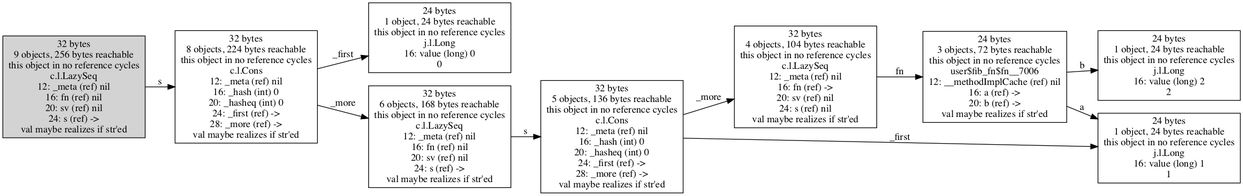
jafingerhut/cljol keeps this Graphviz diagram as doc/images/lazy-fib-seq-realized2.png. Above is the earlier version. Its source is kept beside it as doc/images/lazy-fib-seq-realized2.dot.
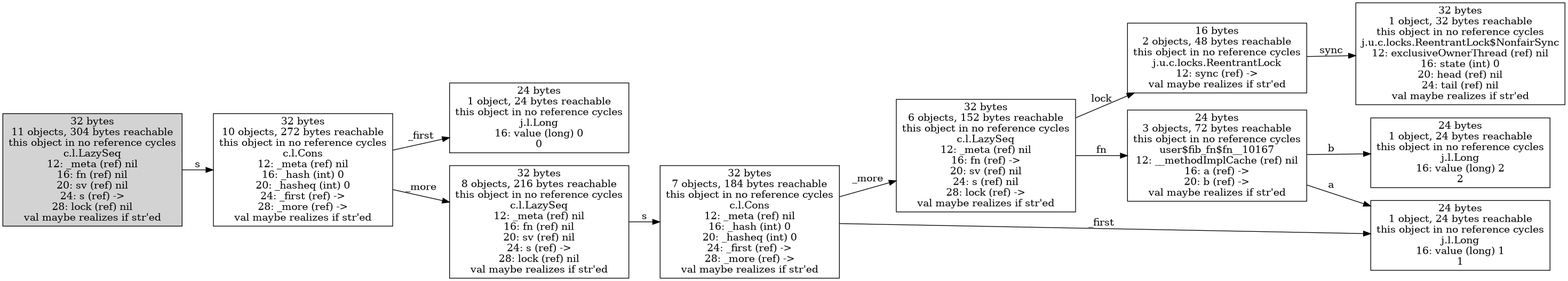
The same file after the commit.

The edit, as a diff of the source:
```diff
@@ -1,43 +1,46 @@
 digraph {
-graph [layout=dot,rankdir=LR];
-"28991464632" ["scc-num-nodes"=1,label="24 bytes
-1 object, 24 bytes reachable
+graph [layout="dot",rankdir="LR"];
+"18777430336" ["reachable-only-from"=17920231296,"scc-num-nodes"=1,label="32 bytes
+1 object, 32 bytes reachable
 this object in no reference cycles
-j.l.Long
-16: value (long) 2
-2",shape=box];
-"28991406664" ["scc-num-nodes"=1,label="24 bytes
+j.u.c.locks.ReentrantLock$NonfairSync
+12: exclusiveOwnerThread (ref) nil
+16: state (int) 0
+20: head (ref) nil
+24: tail (ref) nil
+val maybe realizes if str'ed",shape="box"];
+"34349647488" ["reachable-only-from"=17920231296,"scc-num-nodes"=1,label="24 bytes
 1 object, 24 bytes reachable
 this object in no reference cycles
 j.l.Long
 16: value (long) 0
-0",shape=box];
-"32138488696" ["scc-num-nodes"=1,label="32 bytes
-4 objects, 104 bytes reachable
+0",shape="box"];
+"18777430208" ["reachable-only-from"=17920231296,"scc-num-nodes"=1,label="16 bytes
+2 objects, 48 bytes reachable
 this object in no reference cycles
-c.l.LazySeq
-12: _meta (ref) nil
-16: fn (ref) ->
-20: sv (ref) nil
-24: s (ref) nil
-val maybe realizes if str'ed",shape=box];
-"28991464656" ["scc-num-nodes"=1,label="24 bytes
-1 object, 24 bytes reachable
+j.u.c.locks.ReentrantLock
+12: sync (ref) ->
+val maybe realizes if str'ed",shape="box"];
+"18777430016" ["reachable-only-from"=17920231296,"scc-num-nodes"=1,label="24 bytes
+3 objects, 72 bytes reachable
 this object in no reference cycles
-j.l.Long
-16: value (long) 1
-1",shape=box];
-"32024788488" ["scc-num-nodes"=1,style=filled,label="32 bytes
-9 objects, 256 bytes reachable
+user$fib_fn$fn__10167
+12: __methodImplCache (ref) nil
+16: a (ref) ->
+20: b (ref) ->
+val maybe realizes if str'ed",shape="box"];
+"17920231296" ["reachable-only-from"=17920231296,"scc-num-nodes"=1,style="filled","my-unique-total-size"=304,"my-unique-num-reachable-nodes"=11,label="32 bytes
+11 objects, 304 bytes reachable
 this object in no reference cycles
 c.l.LazySeq
 12: _meta (ref) nil
 16: fn (ref) nil
 20: sv (ref) nil
 24: s (ref) ->
-val maybe realizes if str'ed",shape=box];
-"32025552152" ["scc-num-nodes"=1,label="32 bytes
-8 objects, 224 bytes reachable
+28: lock (ref) nil
+val maybe realizes if str'ed",shape="box"];
+"17920231552" ["reachable-only-from"=17920231296,"scc-num-nodes"=1,label="32 bytes
+10 objects, 272 bytes reachable
 this object in no reference cycles
 c.l.Cons
 12: _meta (ref) nil
@@ -45,17 +48,35 @@
 20: _hasheq (int) 0
 24: _first (ref) ->
 28: _more (ref) ->
-val maybe realizes if str'ed",shape=box];
-"32138488728" ["scc-num-nodes"=1,label="24 bytes
-3 objects, 72 bytes reachable
+val maybe realizes if str'ed",shape="box"];
+"17920231808" ["reachable-only-from"=17920231296,"scc-num-nodes"=1,label="32 bytes
+8 objects, 216 bytes reachable
 this object in no reference cycles
-user$fib_fn$fn__7006
-12: __methodImplCache (ref) nil
-16: a (ref) ->
-20: b (ref) ->
-val maybe realizes if str'ed",shape=box];
-"32138488752" ["scc-num-nodes"=1,label="32 bytes
-5 objects, 136 bytes reachable
+c.l.LazySeq
+12: _meta (ref) nil
+16: fn (ref) nil
+20: sv (ref) nil
+24: s (ref) ->
+28: lock (ref) nil
+val maybe realizes if str'ed",shape="box"];
+"18777429760" ["reachable-only-from"=17920231296,"scc-num-nodes"=1,label="32 bytes
+6 objects, 152 bytes reachable
+this object in no reference cycles
+c.l.LazySeq
+12: _meta (ref) nil
+16: fn (ref) ->
+20: sv (ref) nil
+24: s (ref) nil
+28: lock (ref) ->
+val maybe realizes if str'ed",shape="box"];
+"34349647872" ["reachable-only-from"=17920231296,"scc-num-nodes"=1,label="24 bytes
+1 object, 24 bytes reachable
+this object in no reference cycles
+j.l.Long
+16: value (long) 2
+2",shape="box"];
+"18777430592" ["reachable-only-from"=17920231296,"scc-num-nodes"=1,label="32 bytes
+7 objects, 184 bytes reachable
 this object in no reference cycles
 c.l.Cons
 12: _meta (ref) nil
@@ -63,23 +84,22 @@
 20: _hasheq (int) 0
 24: _first (ref) ->
 28: _more (ref) ->
-val maybe realizes if str'ed",shape=box];
-"32025552096" ["scc-num-nodes"=1,label="32 bytes
-6 objects, 168 bytes reachable
+val maybe realizes if str'ed",shape="box"];
+"34349647680" ["reachable-only-from"=17920231296,"scc-num-nodes"=1,label="24 bytes
+1 object, 24 bytes reachable
 this object in no reference cycles
-c.l.LazySeq
-12: _meta (ref) nil
-16: fn (ref) nil
-20: sv (ref) nil
-24: s (ref) ->
-val maybe realizes if str'ed",shape=box];
-"32138488696" -> "32138488728" ["field-name"=fn,label=fn];
-"32024788488" -> "32025552152" ["field-name"=s,label=s];
-"32025552152" -> "28991406664" ["field-name"=_first,label=_first];
-"32025552152" -> "32025552096" ["field-name"=_more,label=_more];
-"32138488728" -> "28991464656" ["field-name"=a,label=a];
-"32138488728" -> "28991464632" ["field-name"=b,label=b];
-"32138488752" -> "28991464656" ["field-name"=_first,label=_first];
-"32138488752" -> "32138488696" ["field-name"=_more,label=_more];
-"32025552096" -> "32138488752" ["field-name"=s,label=s];
+j.l.Long
+16: value (long) 1
+1",shape="box"];
+"18777430208" -> "18777430336" ["field-name"="sync",label="sync"];
+"18777430016" -> "34349647680" ["field-name"="a",label="a"];
+"18777430016" -> "34349647872" ["field-name"="b",label="b"];
+"17920231296" -> "17920231552" ["field-name"="s",label="s"];
+"17920231552" -> "34349647488" ["field-name"="_first",label="_first"];
+"17920231552" -> "17920231808" ["field-name"="_more",label="_more"];
+"17920231808" -> "18777430592" ["field-name"="s",label="s"];
+"18777429760" -> "18777430016" ["field-name"="fn",label="fn"];
+"18777429760" -> "18777430208" ["field-name"="lock",label="lock"];
+"18777430592" -> "34349647680" ["field-name"="_first",label="_first"];
+"18777430592" -> "18777429760" ["field-name"="_more",label="_more"];
 }
```
